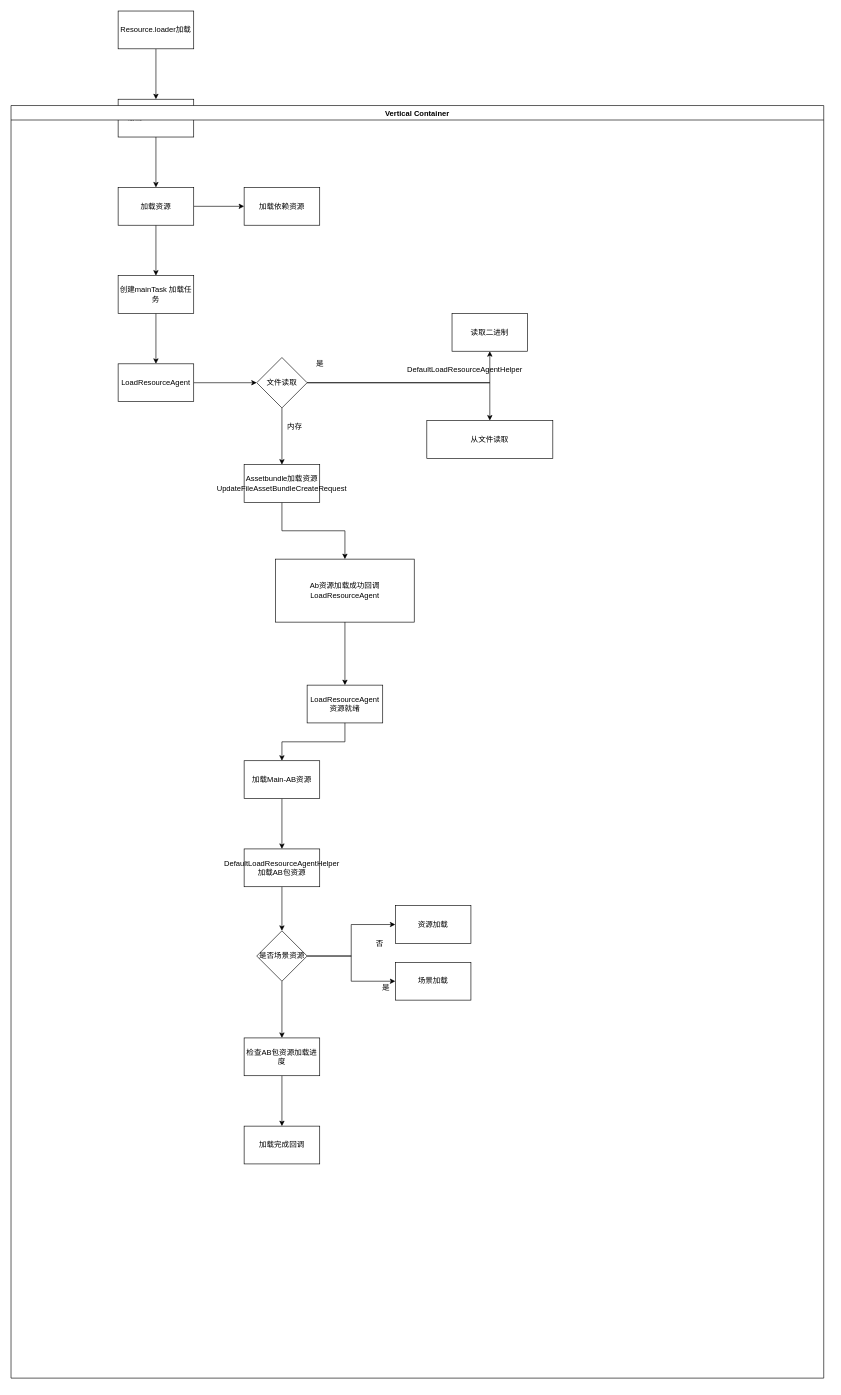
The draw.io diagram GameFramework/AB包加载.drawio in xzp3094997376/DrawIO, before the edit. Source tidied: cells renumbered, new cells numbered last; positions are measured from the earlier drawing's top-left corner, leaving out a move shared by most shapes. Both pictures are drawn from the tidied source at 63%, with x=0, y=0 at pixel (11, 11).
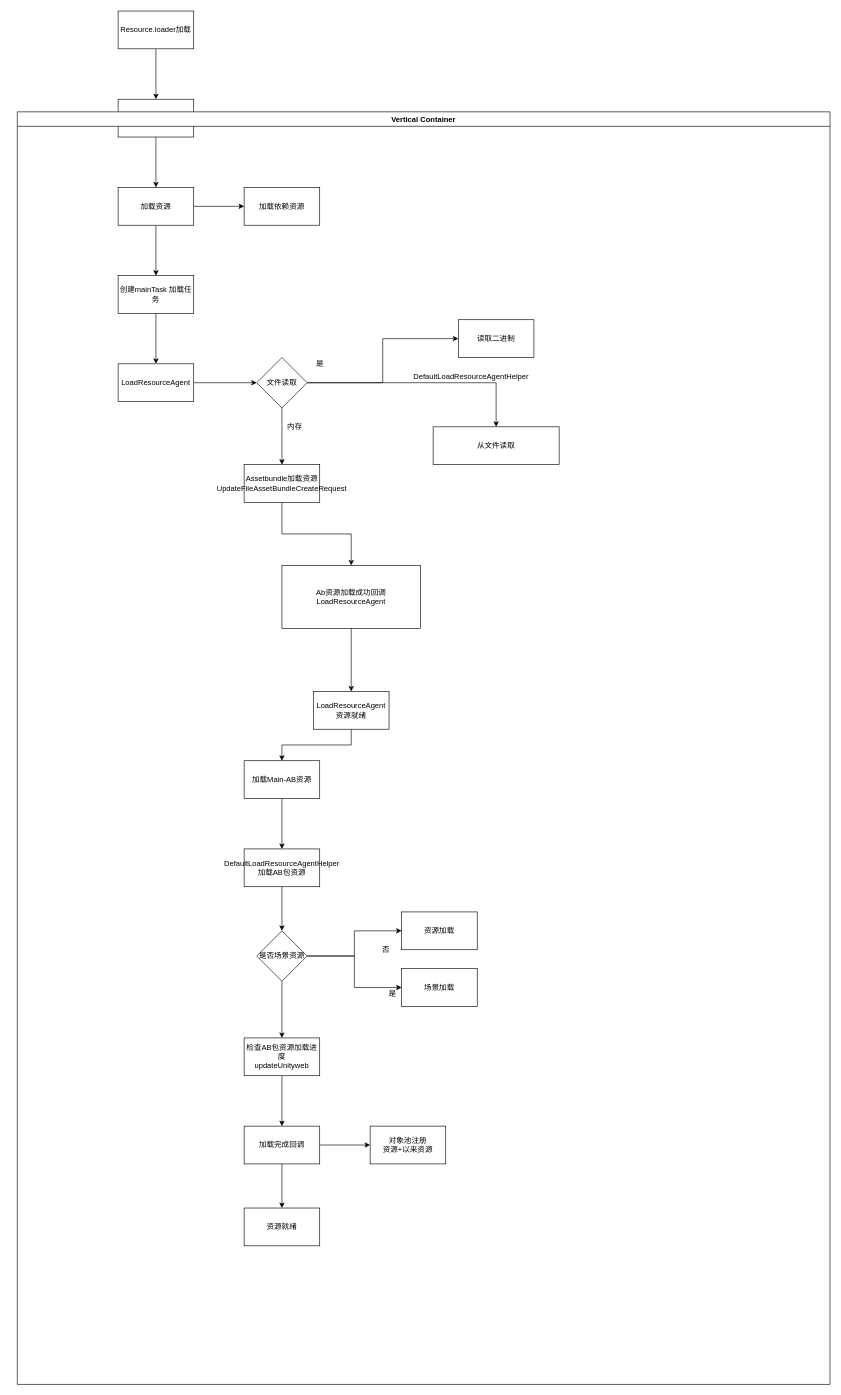
The same diagram, later.

The change refers to these unchanged cells:
```xml
<mxCell id="44" value="加载完成回调" style="whiteSpace=wrap;html=1;" parent="1" vertex="1">
  <mxGeometry x="370" y="1770" width="120" height="60" as="geometry" />
</mxCell>
```

The edit, as a diff of the source:
```diff
@@
     <mxCell id="6" value="Vertical Container" style="swimlane;" parent="1" vertex="1">
-      <mxGeometry y="150" width="1290" height="2020" as="geometry" />
+      <mxGeometry x="10" y="160" width="1290" height="2020" as="geometry" />
     </mxCell>
@@
+    <mxCell id="45" value="资源就绪" style="whiteSpace=wrap;html=1;" parent="6" vertex="1">
+      <mxGeometry x="360" y="1740" width="120" height="60" as="geometry" />
+    </mxCell>
@@
-    <mxCell id="43" value="检查AB包资源加载进度" style="whiteSpace=wrap;html=1;" parent="1" vertex="1">
+    <mxCell id="43" value="检查AB包资源加载进度&lt;br&gt;updateUnityweb" style="whiteSpace=wrap;html=1;" parent="1" vertex="1">
       <mxGeometry x="370" y="1630" width="120" height="60" as="geometry" />
     </mxCell>
+    <mxCell id="46" style="edgeStyle=orthogonalEdgeStyle;rounded=0;jettySize=auto;html=1;" parent="1" edge="1" source="44" target="48">
+      <mxGeometry relative="1" as="geometry" />
+    </mxCell>
+    <mxCell id="47" style="edgeStyle=orthogonalEdgeStyle;rounded=0;jettySize=auto;html=1;" parent="1" edge="1" source="44" target="45">
+      <mxGeometry relative="1" as="geometry" />
+    </mxCell>
@@
+    <mxCell id="48" value="对象池注册&lt;br&gt;资源+以来资源" style="whiteSpace=wrap;html=1;" parent="1" vertex="1">
+      <mxGeometry x="570" y="1770" width="120" height="60" as="geometry" />
+    </mxCell>
```
